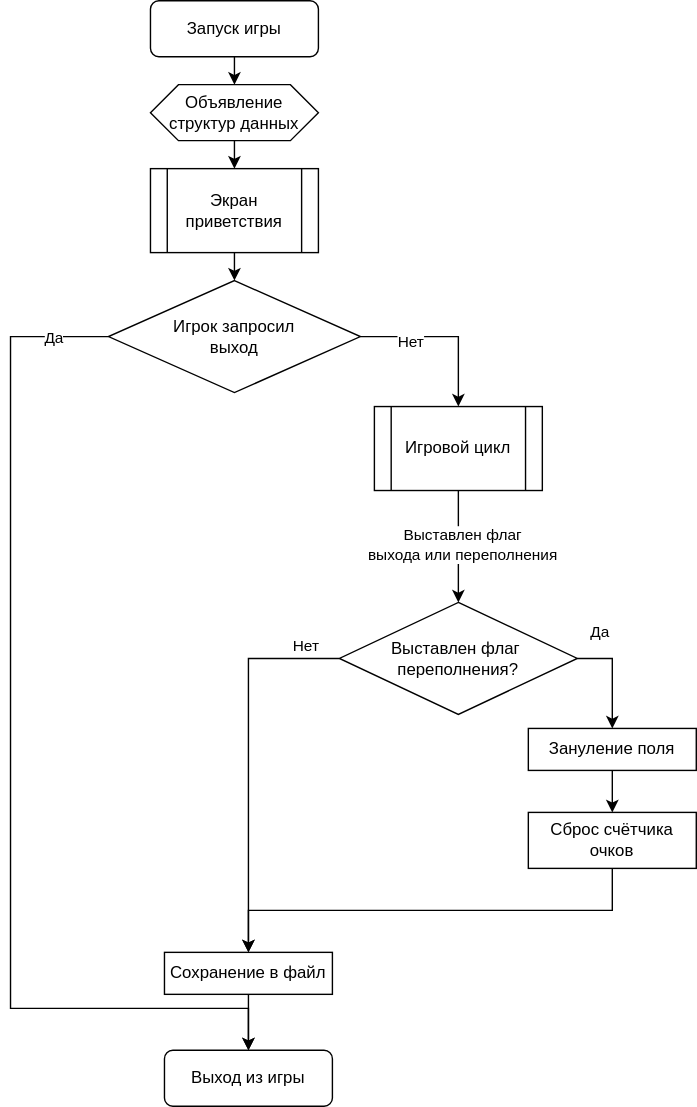
Earlier version of the draw.io export report/Общий цикл.drawio.svg (zhigunovsemyon/2048). Source tidied: cells renumbered, new cells last; positions are measured from the earlier drawing's top-left corner, leaving out a move shared by most shapes.
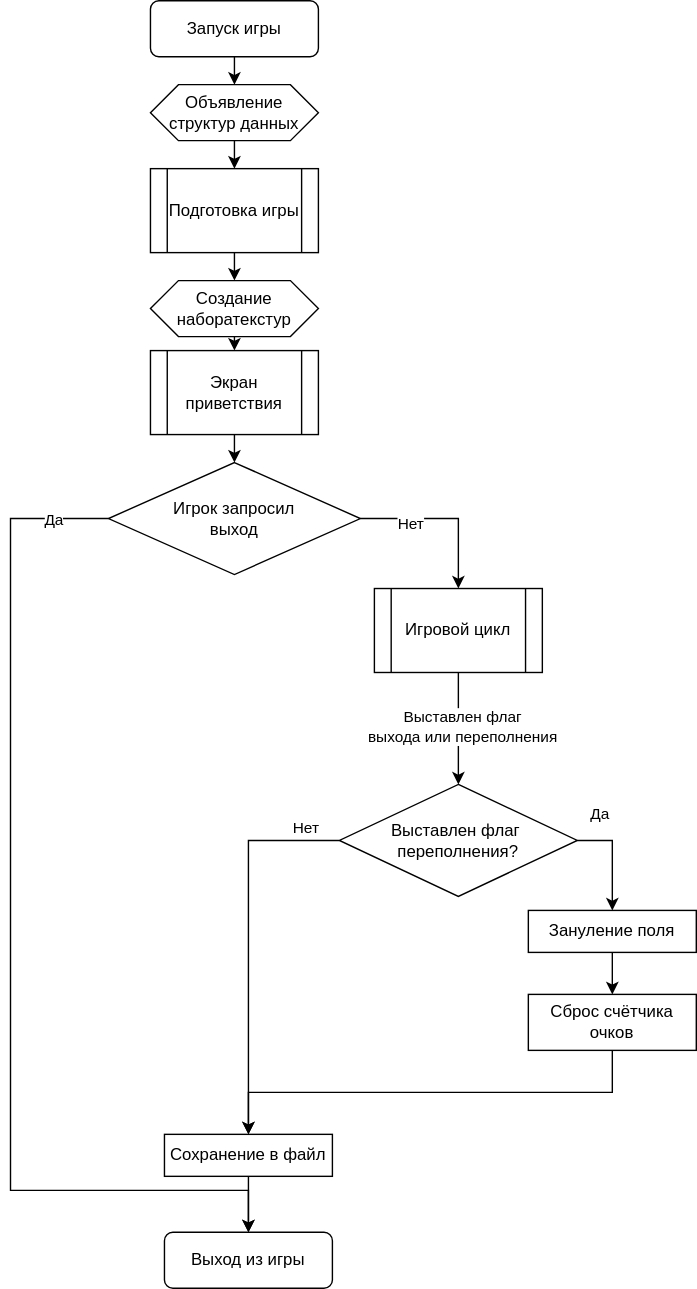
The same diagram one commit later.

Commit message:
обновил схему основного цикла

The edit, as a diff of the source:
```diff
@@ -4,19 +4,19 @@
     <mxCell id="1" parent="0" />
     <mxCell id="2" style="edgeStyle=orthogonalEdgeStyle;rounded=0;jettySize=auto;html=1;exitX=0.5;exitY=1;exitDx=0;exitDy=0;entryX=0.5;entryY=0;entryDx=0;entryDy=0;" parent="1" edge="1" source="3">
       <mxGeometry relative="1" as="geometry">
-        <mxPoint x="160" y="60" as="targetPoint" />
+        <mxPoint x="160" y="-70" as="targetPoint" />
       </mxGeometry>
     </mxCell>
     <mxCell id="3" value="Запуск игры" style="rounded=1;whiteSpace=wrap;html=1;" parent="1" vertex="1">
-      <mxGeometry x="100" width="120" height="40" as="geometry" />
+      <mxGeometry x="100" y="-130" width="120" height="40" as="geometry" />
     </mxCell>
     <mxCell id="4" style="edgeStyle=orthogonalEdgeStyle;rounded=0;orthogonalLoop=1;jettySize=auto;html=1;exitX=0.5;exitY=1;exitDx=0;exitDy=0;" parent="1" edge="1" source="3" target="3">
       <mxGeometry relative="1" as="geometry" />
     </mxCell>
     <mxCell id="5" style="edgeStyle=orthogonalEdgeStyle;rounded=0;orthogonalLoop=1;jettySize=auto;html=1;exitX=0.5;exitY=1;exitDx=0;exitDy=0;entryX=0.5;entryY=0;entryDx=0;entryDy=0;" parent="1" edge="1">
       <mxGeometry relative="1" as="geometry">
-        <mxPoint x="160" y="100" as="sourcePoint" />
-        <mxPoint x="160" y="120" as="targetPoint" />
+        <mxPoint x="160" y="-30" as="sourcePoint" />
+        <mxPoint x="160" y="-10" as="targetPoint" />
       </mxGeometry>
     </mxCell>
     <mxCell id="6" style="edgeStyle=orthogonalEdgeStyle;rounded=0;jettySize=auto;html=1;exitX=0;exitY=0.5;exitDx=0;exitDy=0;entryX=0.5;entryY=0;entryDx=0;entryDy=0;" parent="1" edge="1" source="10" target="11">
@@ -46,7 +46,7 @@
       <mxGeometry x="110" y="750" width="120" height="40" as="geometry" />
     </mxCell>
     <mxCell id="12" value="&lt;div&gt;Объявление&lt;/div&gt;&lt;div&gt;структур данных&lt;br&gt;&lt;/div&gt;" style="shape=hexagon;perimeter=hexagonPerimeter2;whiteSpace=wrap;html=1;fixedSize=1;" parent="1" vertex="1">
-      <mxGeometry x="100" y="60" width="120" height="40" as="geometry" />
+      <mxGeometry x="100" y="-70" width="120" height="40" as="geometry" />
     </mxCell>
     <mxCell id="13" style="edgeStyle=orthogonalEdgeStyle;rounded=0;jettySize=auto;html=1;exitX=0.5;exitY=1;exitDx=0;exitDy=0;entryX=0.5;entryY=0;entryDx=0;entryDy=0;" parent="1" edge="1" source="14" target="16">
       <mxGeometry relative="1" as="geometry" />
@@ -110,5 +110,17 @@
     <mxCell id="28" value="Игровой цикл" style="shape=process;whiteSpace=wrap;html=1;backgroundOutline=1;" parent="1" vertex="1">
       <mxGeometry x="260" y="290" width="120" height="60" as="geometry" />
     </mxCell>
+    <mxCell id="29" style="edgeStyle=orthogonalEdgeStyle;rounded=0;jettySize=auto;html=1;exitX=0.5;exitY=1;exitDx=0;exitDy=0;entryX=0.5;entryY=0;entryDx=0;entryDy=0;" parent="1" edge="1" source="30" target="32">
+      <mxGeometry relative="1" as="geometry" />
+    </mxCell>
+    <mxCell id="30" value="Подготовка игры" style="shape=process;whiteSpace=wrap;html=1;backgroundOutline=1;" parent="1" vertex="1">
+      <mxGeometry x="100" y="-10" width="120" height="60" as="geometry" />
+    </mxCell>
+    <mxCell id="31" style="edgeStyle=orthogonalEdgeStyle;rounded=0;jettySize=auto;html=1;exitX=0.5;exitY=1;exitDx=0;exitDy=0;entryX=0.5;entryY=0;entryDx=0;entryDy=0;" parent="1" edge="1" source="32" target="25">
+      <mxGeometry relative="1" as="geometry" />
+    </mxCell>
+    <mxCell id="32" value="Создание наборатекстур" style="shape=hexagon;perimeter=hexagonPerimeter2;whiteSpace=wrap;html=1;fixedSize=1;" parent="1" vertex="1">
+      <mxGeometry x="100" y="70" width="120" height="40" as="geometry" />
+    </mxCell>
   </root>
 </mxGraphModel>
```
